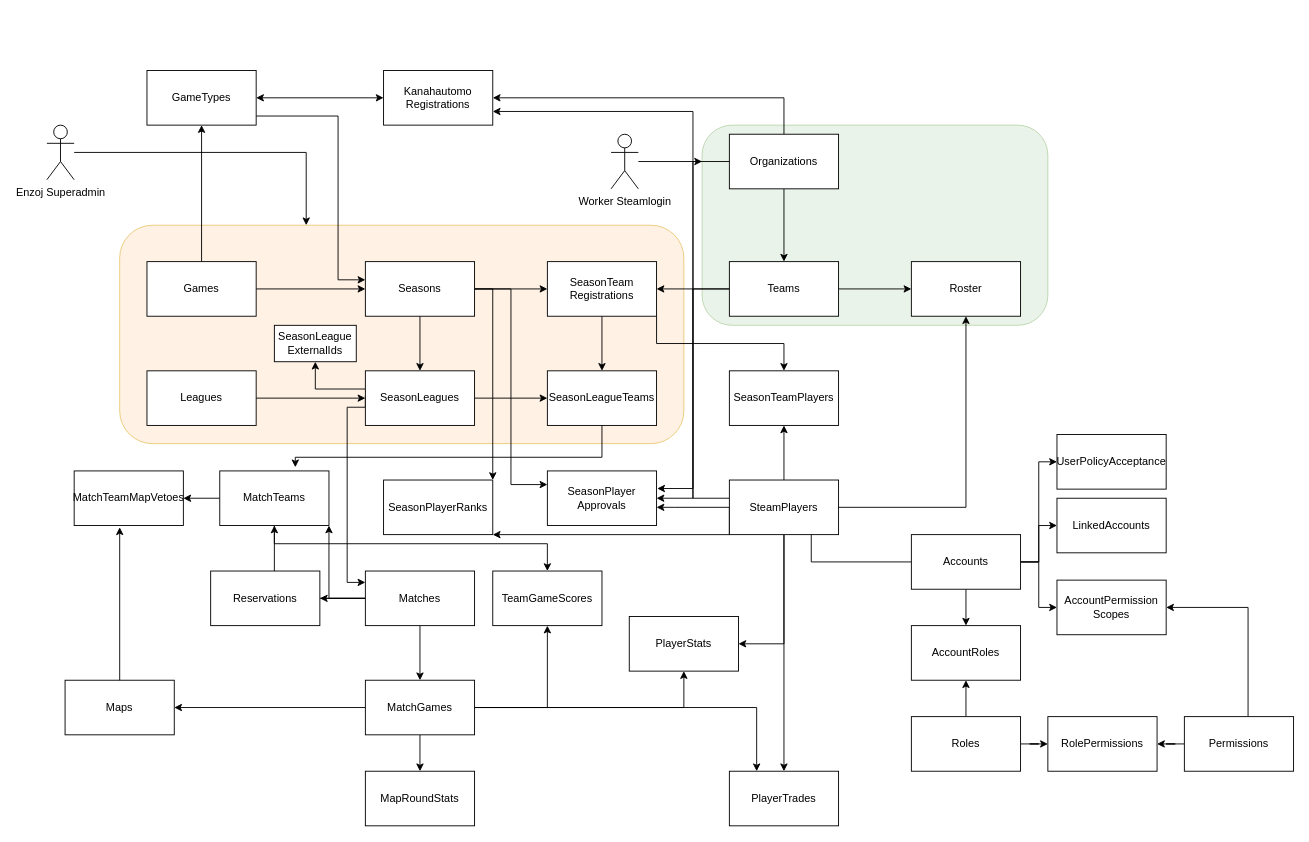
Above: docs/kanastats.drawio in sebazai/eggosystem (draw.io), before the change. Source tidied: cells renumbered, new cells numbered last; positions are measured from the earlier drawing's top-left corner, leaving out a move shared by most shapes. Both pictures are drawn from the tidied source at 91%, with x=0, y=0 at pixel (46, 70).
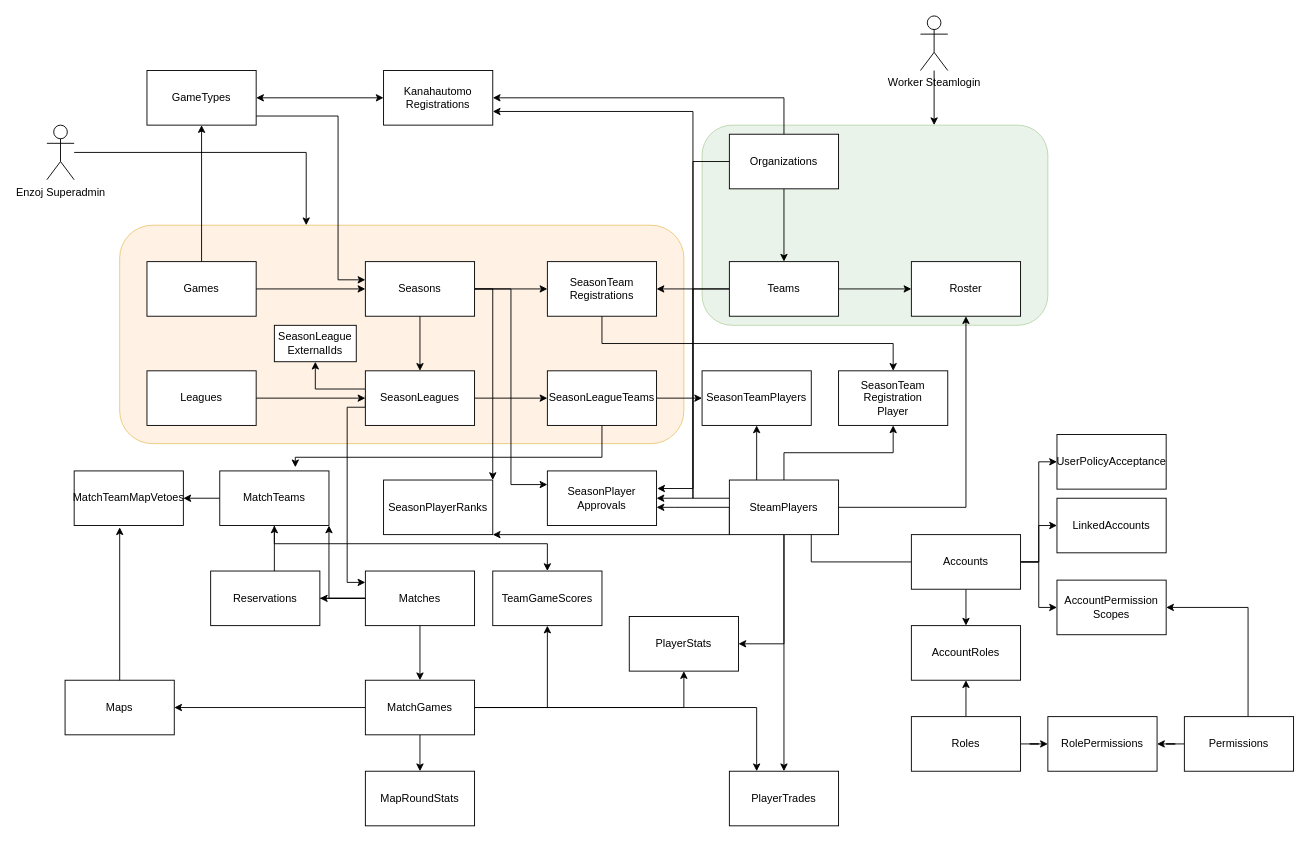
The same diagram, later.

Unchanged cells that the change refers to:
```xml
<mxCell id="31" value="SeasonTeam&lt;br&gt;Registrations" style="rounded=0;whiteSpace=wrap;html=1;" parent="1" vertex="1">
  <mxGeometry x="550" y="210" width="120" height="60" as="geometry" />
</mxCell>
<mxCell id="33" value="SeasonLeagueTeams" style="rounded=0;whiteSpace=wrap;html=1;" parent="1" vertex="1">
  <mxGeometry x="550" y="330" width="120" height="60" as="geometry" />
</mxCell>
<mxCell id="41" value="SteamPlayers" style="rounded=0;whiteSpace=wrap;html=1;" parent="1" vertex="1">
  <mxGeometry x="750" y="450" width="120" height="60" as="geometry" />
</mxCell>
```

The edit, as a diff of the source:
```diff
@@
     <mxCell id="27" value="&lt;font&gt;SeasonTeamPlayers&lt;/font&gt;" style="rounded=0;whiteSpace=wrap;html=1;" parent="1" vertex="1">
-      <mxGeometry x="750" y="330" width="120" height="60" as="geometry" />
+      <mxGeometry x="720" y="330" width="120" height="60" as="geometry" />
     </mxCell>
@@
-    <mxCell id="29" style="edgeStyle=orthogonalEdgeStyle;rounded=0;jettySize=auto;html=1;exitX=0.5;exitY=1;exitDx=0;exitDy=0;entryX=0.5;entryY=0;entryDx=0;entryDy=0;" parent="1" edge="1" source="31" target="33">
-      <mxGeometry relative="1" as="geometry" />
-    </mxCell>
-    <mxCell id="30" style="edgeStyle=orthogonalEdgeStyle;rounded=0;jettySize=auto;html=1;exitX=1;exitY=1;exitDx=0;exitDy=0;entryX=0.5;entryY=0;entryDx=0;entryDy=0;" parent="1" edge="1" source="31" target="27">
-      <mxGeometry relative="1" as="geometry" />
-    </mxCell>
+    <mxCell id="91" style="edgeStyle=orthogonalEdgeStyle;rounded=0;jettySize=auto;html=1;" parent="1" edge="1" source="31" target="94">
+      <mxGeometry relative="1" as="geometry">
+        <Array as="points">
+          <mxPoint x="610" y="300" />
+          <mxPoint x="930" y="300" />
+        </Array>
+      </mxGeometry>
+    </mxCell>
@@
+    <mxCell id="92" style="edgeStyle=orthogonalEdgeStyle;rounded=0;jettySize=auto;html=1;" parent="1" edge="1" source="33" target="27">
+      <mxGeometry relative="1" as="geometry" />
+    </mxCell>
@@
     <mxCell id="34" style="edgeStyle=orthogonalEdgeStyle;rounded=0;jettySize=auto;html=1;entryX=0.5;entryY=1;entryDx=0;entryDy=0;" parent="1" edge="1" source="41" target="27">
-      <mxGeometry relative="1" as="geometry" />
+      <mxGeometry relative="1" as="geometry">
+        <Array as="points">
+          <mxPoint x="780" y="440" />
+          <mxPoint x="780" y="440" />
+        </Array>
+      </mxGeometry>
     </mxCell>
@@
+    <mxCell id="93" style="edgeStyle=orthogonalEdgeStyle;rounded=0;jettySize=auto;html=1;" parent="1" edge="1" source="41" target="94">
+      <mxGeometry relative="1" as="geometry" />
+    </mxCell>
@@
     <mxCell id="43" value="Worker Steamlogin" style="shape=umlActor;verticalLabelPosition=bottom;verticalAlign=top;html=1;outlineConnect=0;" parent="1" vertex="1">
-      <mxGeometry x="620" y="70" width="30" height="60" as="geometry" />
+      <mxGeometry x="960" y="-60" width="30" height="60" as="geometry" />
     </mxCell>
@@
+    <mxCell id="94" value="SeasonTeam&lt;br&gt;Registration&lt;br&gt;Player" style="rounded=0;whiteSpace=wrap;html=1;" parent="1" vertex="1">
+      <mxGeometry x="870" y="330" width="120" height="60" as="geometry" />
+    </mxCell>
```
